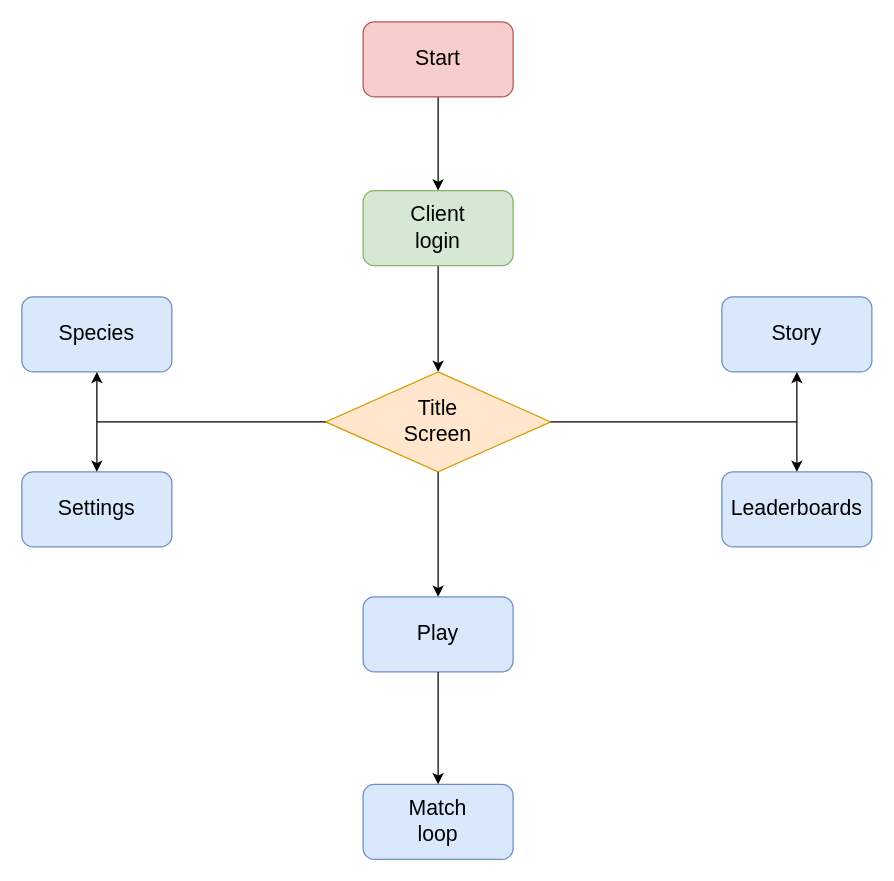
Before: page "Page-1" (1 of 3) of Documentation/Hypogeum_flowchart_general.drawio in mikymaione/Hypogeum, a draw.io diagram. Source tidied: cells renumbered, new cells numbered last; positions are measured from the earlier drawing's top-left corner, leaving out a move shared by most shapes. Both pictures are drawn from the tidied source at 125%, with x=0, y=0 at pixel (21, 21).
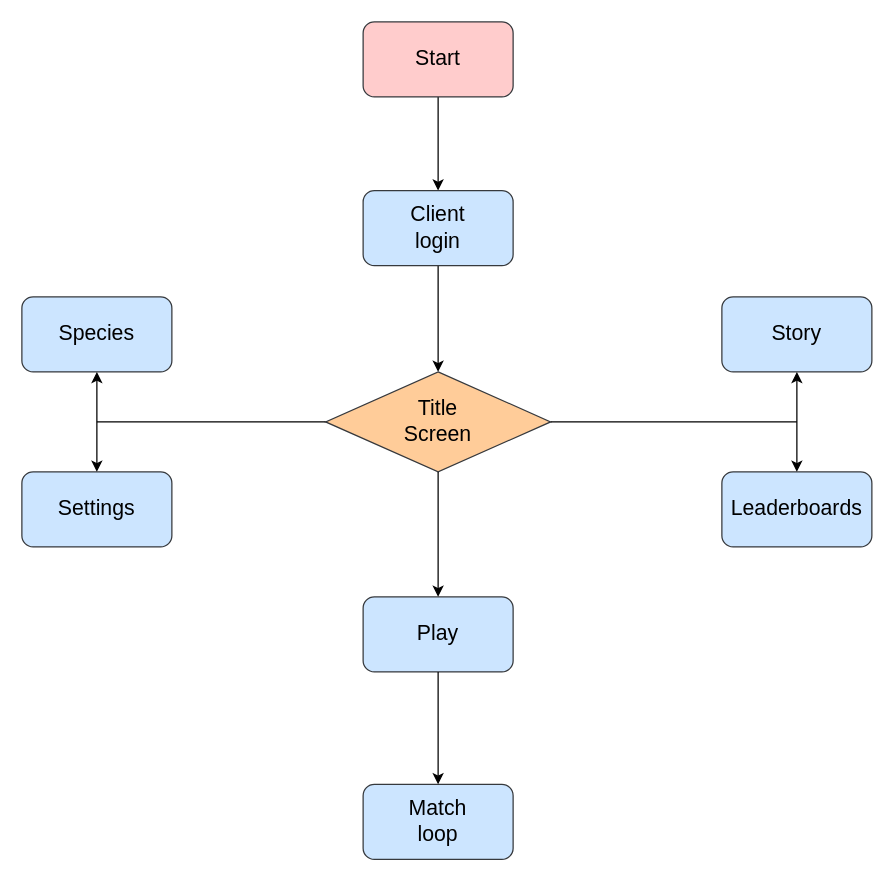
After the change.

What changed in the source:
```diff
@@
-    <mxCell id="3" style="rounded=1;whiteSpace=wrap;html=1;fillColor=#f8cecc;strokeColor=#b85450;" parent="1" vertex="1">
+    <mxCell id="3" style="rounded=1;whiteSpace=wrap;html=1;fillColor=#ffcccc;strokeColor=#36393d;" parent="1" vertex="1">
       <mxGeometry x="273" width="120" height="60" as="geometry" />
     </mxCell>
@@
-    <mxCell id="5" style="rounded=1;whiteSpace=wrap;html=1;fillColor=#d5e8d4;strokeColor=#82b366;" parent="1" vertex="1">
+    <mxCell id="5" style="rounded=1;whiteSpace=wrap;html=1;fillColor=#cce5ff;strokeColor=#36393d;" parent="1" vertex="1">
       <mxGeometry x="273" y="135" width="120" height="60" as="geometry" />
     </mxCell>
-    <mxCell id="6" style="rhombus;whiteSpace=wrap;html=1;fillColor=#ffe6cc;strokeColor=#d79b00;" parent="1" vertex="1">
+    <mxCell id="6" style="rhombus;whiteSpace=wrap;html=1;fillColor=#ffcc99;strokeColor=#36393d;" parent="1" vertex="1">
       <mxGeometry x="243" y="280" width="180" height="80" as="geometry" />
     </mxCell>
-    <mxCell id="7" style="rounded=1;whiteSpace=wrap;html=1;fillColor=#dae8fc;strokeColor=#6c8ebf;" parent="1" vertex="1">
+    <mxCell id="7" style="rounded=1;whiteSpace=wrap;html=1;fillColor=#cce5ff;strokeColor=#36393d;" parent="1" vertex="1">
       <mxGeometry x="560" y="220" width="120" height="60" as="geometry" />
     </mxCell>
-    <mxCell id="8" style="rounded=1;whiteSpace=wrap;html=1;fillColor=#dae8fc;strokeColor=#6c8ebf;" parent="1" vertex="1">
+    <mxCell id="8" style="rounded=1;whiteSpace=wrap;html=1;fillColor=#cce5ff;strokeColor=#36393d;" parent="1" vertex="1">
       <mxGeometry x="560" y="360" width="120" height="60" as="geometry" />
     </mxCell>
-    <mxCell id="9" style="rounded=1;whiteSpace=wrap;html=1;fillColor=#dae8fc;strokeColor=#6c8ebf;" parent="1" vertex="1">
+    <mxCell id="9" style="rounded=1;whiteSpace=wrap;html=1;fillColor=#cce5ff;strokeColor=#36393d;" parent="1" vertex="1">
       <mxGeometry y="220" width="120" height="60" as="geometry" />
     </mxCell>
-    <mxCell id="10" style="rounded=1;whiteSpace=wrap;html=1;fillColor=#dae8fc;strokeColor=#6c8ebf;" parent="1" vertex="1">
+    <mxCell id="10" style="rounded=1;whiteSpace=wrap;html=1;fillColor=#cce5ff;strokeColor=#36393d;" parent="1" vertex="1">
       <mxGeometry y="360" width="120" height="60" as="geometry" />
     </mxCell>
-    <mxCell id="11" style="rounded=1;whiteSpace=wrap;html=1;fillColor=#dae8fc;strokeColor=#6c8ebf;" parent="1" vertex="1">
+    <mxCell id="11" style="rounded=1;whiteSpace=wrap;html=1;fillColor=#cce5ff;strokeColor=#36393d;" parent="1" vertex="1">
       <mxGeometry x="273" y="460" width="120" height="60" as="geometry" />
     </mxCell>
@@
-    <mxCell id="25" style="rounded=1;whiteSpace=wrap;html=1;fillColor=#dae8fc;strokeColor=#6c8ebf;" parent="1" vertex="1">
+    <mxCell id="25" style="rounded=1;whiteSpace=wrap;html=1;fillColor=#cce5ff;strokeColor=#36393d;" parent="1" vertex="1">
       <mxGeometry x="273" y="610" width="120" height="60" as="geometry" />
     </mxCell>
```
